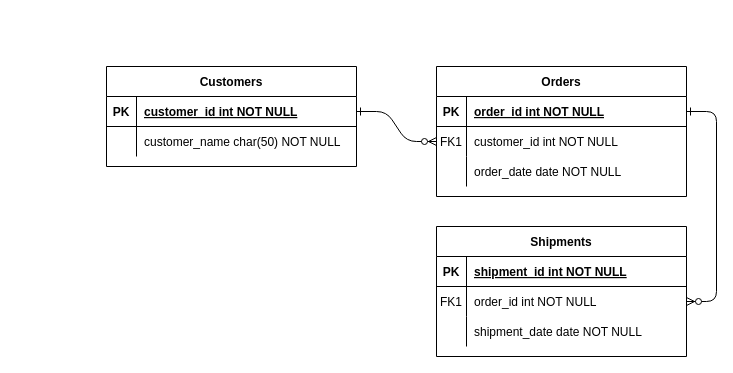
Before: call类图.drawio in brookchenli/drawio, a draw.io diagram. Source tidied: cells renumbered, new cells numbered last; positions are measured from the earlier drawing's top-left corner, leaving out a move shared by most shapes. Both pictures are drawn from the tidied source at 100%, with x=0, y=0 at pixel (106, 66).
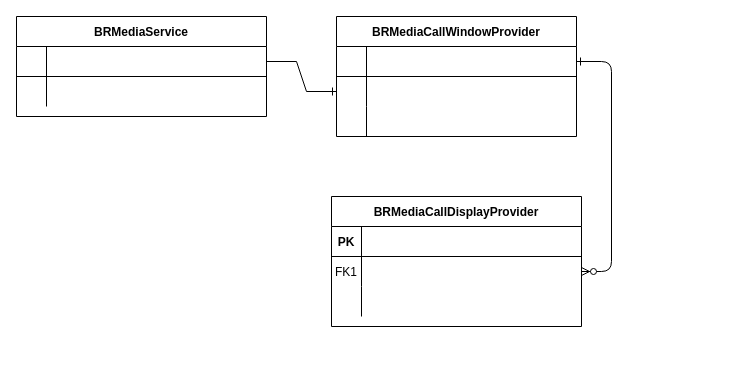
The same diagram, later.

Unchanged cells that the change refers to:
```xml
<mxCell id="15" style="shape=partialRectangle;fillColor=none;top=0;left=0;right=0;bottom=1;" parent="14" vertex="1">
  <mxGeometry y="30" width="250" height="30" as="geometry" />
</mxCell>
<mxCell id="18" style="shape=partialRectangle;fillColor=none;points=[[0,0.5],[1,0.5]];portConstraint=eastwest;top=0;left=0;right=0;bottom=0;" parent="14" vertex="1">
  <mxGeometry y="60" width="250" height="30" as="geometry" />
</mxCell>
<mxCell id="21" style="shape=partialRectangle;fillColor=none;top=0;left=0;right=0;bottom=0;" parent="14" vertex="1">
  <mxGeometry y="90" width="250" height="30" as="geometry" />
</mxCell>
<mxCell id="25" style="shape=partialRectangle;fillColor=none;points=[[0,0.5],[1,0.5]];portConstraint=eastwest;top=0;left=0;right=0;bottom=1;" parent="24" vertex="1">
  <mxGeometry y="30" width="250" height="30" as="geometry" />
</mxCell>
<mxCell id="28" style="shape=partialRectangle;fillColor=none;top=0;left=0;right=0;bottom=0;" parent="24" vertex="1">
  <mxGeometry y="60" width="250" height="30" as="geometry" />
</mxCell>
```

Change to the diagram source:
```diff
@@
-    <mxCell id="2" style="edgeStyle=entityRelationEdgeStyle;endArrow=ERzeroToMany;startArrow=ERone;endFill=1;startFill=0;" parent="1" edge="1" source="25" target="8">
-      <mxGeometry relative="1" as="geometry" />
-    </mxCell>
@@
-    <mxCell id="4" value="Orders" style="shape=table;startSize=30;childLayout=tableLayout;rowLines=0;fontStyle=1;align=center;" parent="1" vertex="1">
-      <mxGeometry x="330" width="250" height="130" as="geometry" />
+    <mxCell id="4" value="BRMediaCallWindowProvider" style="shape=table;startSize=30;childLayout=tableLayout;rowLines=0;fontStyle=1;align=center;" parent="1" vertex="1">
+      <mxGeometry x="230" y="-50" width="240" height="120" as="geometry" />
     </mxCell>
     <mxCell id="5" style="shape=partialRectangle;fillColor=none;points=[[0,0.5],[1,0.5]];portConstraint=eastwest;top=0;left=0;right=0;bottom=1;" parent="4" vertex="1">
-      <mxGeometry y="30" width="250" height="30" as="geometry" />
+      <mxGeometry y="30" width="240" height="30" as="geometry" />
     </mxCell>
-    <mxCell id="6" value="PK" style="shape=partialRectangle;overflow=hidden;fillColor=none;top=0;left=0;bottom=0;right=0;fontStyle=1;" parent="5" vertex="1">
+    <mxCell id="6" style="shape=partialRectangle;overflow=hidden;fillColor=none;top=0;left=0;bottom=0;right=0;fontStyle=1;" parent="5" vertex="1">
       <mxGeometry width="30" height="30" as="geometry" />
     </mxCell>
-    <mxCell id="7" value="order_id int NOT NULL " style="shape=partialRectangle;overflow=hidden;fillColor=none;top=0;left=0;bottom=0;right=0;align=left;spacingLeft=6;fontStyle=5;" parent="5" vertex="1">
-      <mxGeometry x="30" width="220" height="30" as="geometry" />
+    <mxCell id="7" style="shape=partialRectangle;overflow=hidden;fillColor=none;top=0;left=0;bottom=0;right=0;align=left;spacingLeft=6;fontStyle=5;" parent="5" vertex="1">
+      <mxGeometry x="30" width="210" height="30" as="geometry" />
     </mxCell>
     <mxCell id="8" style="shape=partialRectangle;fillColor=none;points=[[0,0.5],[1,0.5]];portConstraint=eastwest;top=0;left=0;right=0;bottom=0;" parent="4" vertex="1">
-      <mxGeometry y="60" width="250" height="30" as="geometry" />
+      <mxGeometry y="60" width="240" height="30" as="geometry" />
     </mxCell>
-    <mxCell id="9" value="FK1" style="shape=partialRectangle;overflow=hidden;fillColor=none;top=0;left=0;bottom=0;right=0;" parent="8" vertex="1">
+    <mxCell id="9" style="shape=partialRectangle;overflow=hidden;fillColor=none;top=0;left=0;bottom=0;right=0;" parent="8" vertex="1">
       <mxGeometry width="30" height="30" as="geometry" />
     </mxCell>
-    <mxCell id="10" value="customer_id int NOT NULL" style="shape=partialRectangle;overflow=hidden;fillColor=none;top=0;left=0;bottom=0;right=0;align=left;spacingLeft=6;" parent="8" vertex="1">
-      <mxGeometry x="30" width="220" height="30" as="geometry" />
+    <mxCell id="10" style="shape=partialRectangle;overflow=hidden;fillColor=none;top=0;left=0;bottom=0;right=0;align=left;spacingLeft=6;" parent="8" vertex="1">
+      <mxGeometry x="30" width="210" height="30" as="geometry" />
     </mxCell>
     <mxCell id="11" style="shape=partialRectangle;fillColor=none;top=0;left=0;right=0;bottom=0;" parent="4" vertex="1">
-      <mxGeometry y="90" width="250" height="30" as="geometry" />
+      <mxGeometry y="90" width="240" height="30" as="geometry" />
     </mxCell>
@@
-    <mxCell id="13" value="order_date date NOT NULL" style="shape=partialRectangle;overflow=hidden;fillColor=none;top=0;left=0;bottom=0;right=0;align=left;spacingLeft=6;" parent="11" vertex="1">
-      <mxGeometry x="30" width="220" height="30" as="geometry" />
+    <mxCell id="13" style="shape=partialRectangle;overflow=hidden;fillColor=none;top=0;left=0;bottom=0;right=0;align=left;spacingLeft=6;" parent="11" vertex="1">
+      <mxGeometry x="30" width="210" height="30" as="geometry" />
     </mxCell>
-    <mxCell id="14" value="Shipments" style="shape=table;startSize=30;childLayout=tableLayout;rowLines=0;fontStyle=1;align=center;" parent="1" vertex="1">
-      <mxGeometry x="330" y="160" width="250" height="130" as="geometry" />
+    <mxCell id="14" value="BRMediaCallDisplayProvider" style="shape=table;startSize=30;childLayout=tableLayout;rowLines=0;fontStyle=1;align=center;" parent="1" vertex="1">
+      <mxGeometry x="225" y="130" width="250" height="130" as="geometry" />
     </mxCell>
@@
-    <mxCell id="17" value="shipment_id int NOT NULL " style="shape=partialRectangle;overflow=hidden;fillColor=none;top=0;left=0;bottom=0;right=0;align=left;spacingLeft=6;fontStyle=5;" parent="15" vertex="1">
+    <mxCell id="17" style="shape=partialRectangle;overflow=hidden;fillColor=none;top=0;left=0;bottom=0;right=0;align=left;spacingLeft=6;fontStyle=5;" parent="15" vertex="1">
       <mxGeometry x="30" width="220" height="30" as="geometry" />
     </mxCell>
@@
-    <mxCell id="20" value="order_id int NOT NULL" style="shape=partialRectangle;overflow=hidden;fillColor=none;top=0;left=0;bottom=0;right=0;align=left;spacingLeft=6;" parent="18" vertex="1">
+    <mxCell id="20" style="shape=partialRectangle;overflow=hidden;fillColor=none;top=0;left=0;bottom=0;right=0;align=left;spacingLeft=6;" parent="18" vertex="1">
       <mxGeometry x="30" width="220" height="30" as="geometry" />
     </mxCell>
@@
-    <mxCell id="23" value="shipment_date date NOT NULL" style="shape=partialRectangle;overflow=hidden;fillColor=none;top=0;left=0;bottom=0;right=0;align=left;spacingLeft=6;" parent="21" vertex="1">
+    <mxCell id="23" style="shape=partialRectangle;overflow=hidden;fillColor=none;top=0;left=0;bottom=0;right=0;align=left;spacingLeft=6;" parent="21" vertex="1">
       <mxGeometry x="30" width="220" height="30" as="geometry" />
     </mxCell>
-    <mxCell id="24" value="Customers" style="shape=table;startSize=30;childLayout=tableLayout;rowLines=0;fontStyle=1;align=center;" parent="1" vertex="1">
-      <mxGeometry width="250" height="100" as="geometry" />
+    <mxCell id="24" value="BRMediaService" style="shape=table;startSize=30;childLayout=tableLayout;rowLines=0;fontStyle=1;align=center;" parent="1" vertex="1">
+      <mxGeometry x="-90" y="-50" width="250" height="100" as="geometry" />
     </mxCell>
@@
-    <mxCell id="26" value="PK" style="shape=partialRectangle;overflow=hidden;fillColor=none;top=0;left=0;bottom=0;right=0;fontStyle=1;" parent="25" vertex="1">
+    <mxCell id="26" style="shape=partialRectangle;overflow=hidden;fillColor=none;top=0;left=0;bottom=0;right=0;fontStyle=1;" parent="25" vertex="1">
       <mxGeometry width="30" height="30" as="geometry" />
     </mxCell>
-    <mxCell id="27" value="customer_id int NOT NULL " style="shape=partialRectangle;overflow=hidden;fillColor=none;top=0;left=0;bottom=0;right=0;align=left;spacingLeft=6;fontStyle=5;" parent="25" vertex="1">
+    <mxCell id="27" style="shape=partialRectangle;overflow=hidden;fillColor=none;top=0;left=0;bottom=0;right=0;align=left;spacingLeft=6;fontStyle=5;" parent="25" vertex="1">
       <mxGeometry x="30" width="220" height="30" as="geometry" />
     </mxCell>
@@
-    <mxCell id="30" value="customer_name char(50) NOT NULL" style="shape=partialRectangle;overflow=hidden;fillColor=none;top=0;left=0;bottom=0;right=0;align=left;spacingLeft=6;" parent="28" vertex="1">
+    <mxCell id="30" style="shape=partialRectangle;overflow=hidden;fillColor=none;top=0;left=0;bottom=0;right=0;align=left;spacingLeft=6;" parent="28" vertex="1">
       <mxGeometry x="30" width="220" height="30" as="geometry" />
     </mxCell>
+    <mxCell id="2" style="edgeStyle=entityRelationEdgeStyle;fontSize=12;html=1;endArrow=ERone;endFill=1;rounded=0;exitX=1;exitY=0.5;exitDx=0;exitDy=0;entryX=0;entryY=0.5;entryDx=0;entryDy=0;" parent="1" edge="1" source="25" target="8">
+      <mxGeometry relative="1" as="geometry" />
+    </mxCell>
```
